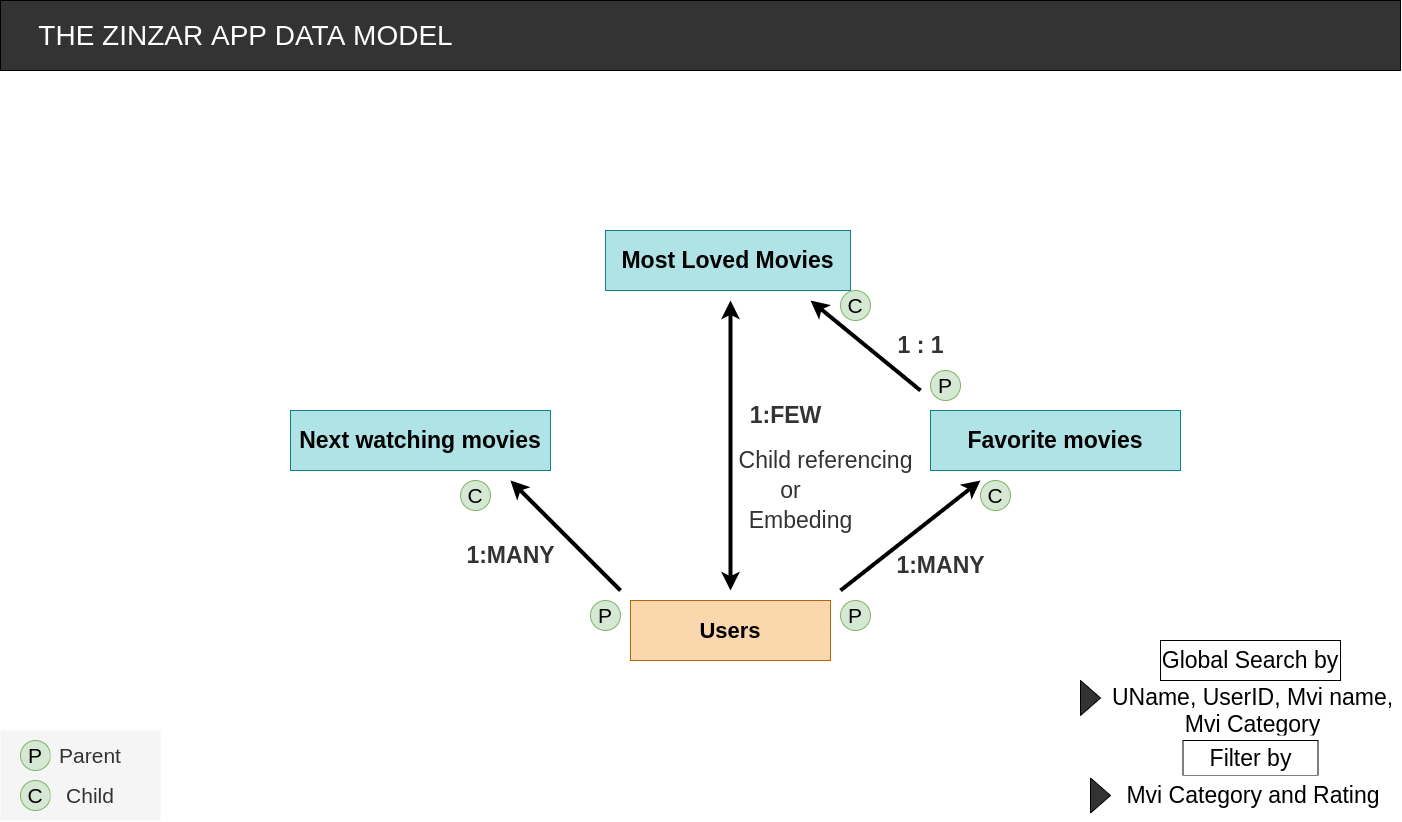
Above: DBmodel&Architecture/ZinzarDataMode.png in sajjad960/TypeScript_And_MySQL_Practise (draw.io), before the change. Source tidied: cells renumbered, new cells last; positions are measured from the earlier drawing's top-left corner, leaving out a move shared by most shapes. Source of this version:
```xml
<mxGraphModel>
  <root>
    <mxCell id="0" />
    <mxCell id="1" parent="0" />
    <mxCell id="2" style="rounded=0;whiteSpace=wrap;html=1;fillColor=#333333;fontFamily=Helvetica;fontStyle=0;" parent="1" vertex="1">
      <mxGeometry width="1400" height="70" as="geometry" />
    </mxCell>
    <mxCell id="3" value="THE ZINZAR APP DATA MODEL" style="text;html=1;align=center;verticalAlign=middle;strokeColor=none;fillColor=none;fontFamily=Helvetica;fontSize=28;fontColor=#FFFFFF;" parent="1" vertex="1">
      <mxGeometry x="30" y="15" width="430" height="40" as="geometry" />
    </mxCell>
    <mxCell id="4" style="rounded=0;whiteSpace=wrap;html=1;fontFamily=Helvetica;fontSize=15;fontColor=#333333;fillColor=#f5f5f5;strokeColor=none;" parent="1" vertex="1">
      <mxGeometry y="730" width="160" height="90" as="geometry" />
    </mxCell>
    <mxCell id="5" value="P" style="ellipse;whiteSpace=wrap;html=1;fontFamily=Helvetica;fontSize=21;fillColor=#d5e8d4;strokeColor=#82b366;" parent="1" vertex="1">
      <mxGeometry x="20" y="740" width="30" height="30" as="geometry" />
    </mxCell>
    <mxCell id="6" value="Parent" style="rounded=0;whiteSpace=wrap;html=1;fontFamily=Helvetica;fontSize=21;fontColor=#333333;fillColor=#f5f5f5;strokeColor=none;" parent="1" vertex="1">
      <mxGeometry x="50" y="745" width="80" height="20" as="geometry" />
    </mxCell>
    <mxCell id="7" value="C" style="ellipse;whiteSpace=wrap;html=1;fontFamily=Helvetica;fontSize=21;fillColor=#d5e8d4;strokeColor=#82b366;" parent="1" vertex="1">
      <mxGeometry x="20" y="780" width="30" height="30" as="geometry" />
    </mxCell>
    <mxCell id="8" value="Child" style="rounded=0;whiteSpace=wrap;html=1;fontFamily=Helvetica;fontSize=21;fontColor=#333333;fillColor=#f5f5f5;strokeColor=none;" parent="1" vertex="1">
      <mxGeometry x="50" y="785" width="80" height="20" as="geometry" />
    </mxCell>
    <mxCell id="9" value="&lt;b&gt;&lt;font style=&quot;font-size: 22px&quot;&gt;Users&lt;/font&gt;&lt;/b&gt;" style="rounded=0;whiteSpace=wrap;html=1;fontFamily=Helvetica;fontSize=21;fillColor=#fad7ac;strokeColor=#b46504;" parent="1" vertex="1">
      <mxGeometry x="630" y="600" width="200" height="60" as="geometry" />
    </mxCell>
    <mxCell id="10" value="&lt;font style=&quot;font-size: 23px&quot;&gt;&lt;b&gt;Favorite movies&lt;/b&gt;&lt;/font&gt;" style="rounded=0;whiteSpace=wrap;html=1;fontFamily=Helvetica;fontSize=22;fillColor=#b0e3e6;strokeColor=#0e8088;" parent="1" vertex="1">
      <mxGeometry x="930" y="410" width="250" height="60" as="geometry" />
    </mxCell>
    <mxCell id="11" value="&lt;span style=&quot;font-size: 23px&quot;&gt;&lt;b&gt;Next watching movies&lt;/b&gt;&lt;/span&gt;" style="rounded=0;whiteSpace=wrap;html=1;fontFamily=Helvetica;fontSize=22;fillColor=#b0e3e6;strokeColor=#0e8088;" parent="1" vertex="1">
      <mxGeometry x="290" y="410" width="260" height="60" as="geometry" />
    </mxCell>
    <mxCell id="12" value="&lt;span style=&quot;font-size: 23px&quot;&gt;&lt;b&gt;Most Loved Movies&lt;/b&gt;&lt;/span&gt;" style="rounded=0;whiteSpace=wrap;html=1;fontFamily=Helvetica;fontSize=22;fillColor=#b0e3e6;strokeColor=#0e8088;" parent="1" vertex="1">
      <mxGeometry x="605" y="230" width="245" height="60" as="geometry" />
    </mxCell>
    <mxCell id="13" style="endArrow=classic;html=1;rounded=1;fontFamily=Helvetica;fontSize=23;fontColor=#FFFFFF;strokeWidth=4;fillColor=#333333;" parent="1" edge="1">
      <mxGeometry relative="1" as="geometry">
        <mxPoint x="840" y="590" as="sourcePoint" />
        <mxPoint x="980" y="480" as="targetPoint" />
      </mxGeometry>
    </mxCell>
    <mxCell id="14" style="endArrow=classic;html=1;rounded=1;fontFamily=Helvetica;fontSize=23;fontColor=#FFFFFF;strokeWidth=4;fillColor=#333333;" parent="1" edge="1">
      <mxGeometry relative="1" as="geometry">
        <mxPoint x="620" y="590" as="sourcePoint" />
        <mxPoint x="510" y="480" as="targetPoint" />
      </mxGeometry>
    </mxCell>
    <mxCell id="15" style="endArrow=classic;html=1;rounded=1;fontFamily=Helvetica;fontSize=23;fontColor=#FFFFFF;strokeWidth=4;fillColor=#333333;" parent="1" edge="1">
      <mxGeometry relative="1" as="geometry">
        <mxPoint x="920" y="390" as="sourcePoint" />
        <mxPoint x="810" y="300" as="targetPoint" />
      </mxGeometry>
    </mxCell>
    <mxCell id="16" value="P" style="ellipse;whiteSpace=wrap;html=1;fontFamily=Helvetica;fontSize=21;fillColor=#d5e8d4;strokeColor=#82b366;" parent="1" vertex="1">
      <mxGeometry x="840" y="600" width="30" height="30" as="geometry" />
    </mxCell>
    <mxCell id="17" value="C" style="ellipse;whiteSpace=wrap;html=1;fontFamily=Helvetica;fontSize=21;fillColor=#d5e8d4;strokeColor=#82b366;" parent="1" vertex="1">
      <mxGeometry x="980" y="480" width="30" height="30" as="geometry" />
    </mxCell>
    <mxCell id="18" value="&lt;font color=&quot;#333333&quot;&gt;&lt;b&gt;1:MANY&lt;/b&gt;&lt;/font&gt;" style="text;html=1;align=center;verticalAlign=middle;strokeColor=none;fillColor=none;fontSize=23;fontFamily=Helvetica;fontColor=#FFFFFF;" parent="1" vertex="1">
      <mxGeometry x="890" y="550" width="100" height="30" as="geometry" />
    </mxCell>
    <mxCell id="19" value="P" style="ellipse;whiteSpace=wrap;html=1;fontFamily=Helvetica;fontSize=21;fillColor=#d5e8d4;strokeColor=#82b366;" parent="1" vertex="1">
      <mxGeometry x="590" y="600" width="30" height="30" as="geometry" />
    </mxCell>
    <mxCell id="20" value="C" style="ellipse;whiteSpace=wrap;html=1;fontFamily=Helvetica;fontSize=21;fillColor=#d5e8d4;strokeColor=#82b366;" parent="1" vertex="1">
      <mxGeometry x="460" y="480" width="30" height="30" as="geometry" />
    </mxCell>
    <mxCell id="21" value="&lt;font color=&quot;#333333&quot;&gt;&lt;b&gt;1:MANY&lt;/b&gt;&lt;/font&gt;" style="text;html=1;align=center;verticalAlign=middle;strokeColor=none;fillColor=none;fontSize=23;fontFamily=Helvetica;fontColor=#FFFFFF;" parent="1" vertex="1">
      <mxGeometry x="460" y="540" width="100" height="30" as="geometry" />
    </mxCell>
    <mxCell id="22" style="endArrow=classic;startArrow=classic;html=1;rounded=1;fontFamily=Helvetica;fontSize=23;fontColor=#333333;strokeWidth=4;fillColor=#333333;" parent="1" edge="1">
      <mxGeometry relative="1" as="geometry">
        <mxPoint x="730" y="590" as="sourcePoint" />
        <mxPoint x="730" y="300" as="targetPoint" />
      </mxGeometry>
    </mxCell>
    <mxCell id="23" value="&lt;font color=&quot;#333333&quot;&gt;&lt;b&gt;1:FEW&lt;/b&gt;&lt;/font&gt;" style="text;html=1;align=center;verticalAlign=middle;strokeColor=none;fillColor=none;fontSize=23;fontFamily=Helvetica;fontColor=#FFFFFF;" parent="1" vertex="1">
      <mxGeometry x="740" y="400" width="90" height="30" as="geometry" />
    </mxCell>
    <mxCell id="24" value="Child referencing" style="text;html=1;align=center;verticalAlign=middle;strokeColor=none;fillColor=none;fontSize=23;fontFamily=Helvetica;fontColor=#333333;" parent="1" vertex="1">
      <mxGeometry x="730" y="445" width="190" height="30" as="geometry" />
    </mxCell>
    <mxCell id="25" value="Embeding" style="text;html=1;align=center;verticalAlign=middle;strokeColor=none;fillColor=none;fontSize=23;fontFamily=Helvetica;fontColor=#333333;" parent="1" vertex="1">
      <mxGeometry x="740" y="505" width="120" height="30" as="geometry" />
    </mxCell>
    <mxCell id="26" value="or" style="text;html=1;align=center;verticalAlign=middle;strokeColor=none;fillColor=none;fontSize=23;fontFamily=Helvetica;fontColor=#333333;" parent="1" vertex="1">
      <mxGeometry x="770" y="475" width="40" height="30" as="geometry" />
    </mxCell>
    <mxCell id="27" value="P" style="ellipse;whiteSpace=wrap;html=1;fontFamily=Helvetica;fontSize=21;fillColor=#d5e8d4;strokeColor=#82b366;" parent="1" vertex="1">
      <mxGeometry x="930" y="370" width="30" height="30" as="geometry" />
    </mxCell>
    <mxCell id="28" value="C" style="ellipse;whiteSpace=wrap;html=1;fontFamily=Helvetica;fontSize=21;fillColor=#d5e8d4;strokeColor=#82b366;" parent="1" vertex="1">
      <mxGeometry x="840" y="290" width="30" height="30" as="geometry" />
    </mxCell>
    <mxCell id="29" value="&lt;b&gt;1 : 1&lt;/b&gt;" style="text;html=1;align=center;verticalAlign=middle;strokeColor=none;fillColor=none;fontSize=23;fontFamily=Helvetica;fontColor=#333333;" parent="1" vertex="1">
      <mxGeometry x="890" y="330" width="60" height="30" as="geometry" />
    </mxCell>
    <mxCell id="30" style="whiteSpace=wrap;html=1;fontFamily=Helvetica;fontSize=23;strokeColor=none;" parent="1" vertex="1">
      <mxGeometry x="1060" y="640" width="340" height="100" as="geometry" />
    </mxCell>
    <mxCell id="31" value="Global Search by" style="rounded=0;whiteSpace=wrap;html=1;fontFamily=Helvetica;fontSize=23;" parent="1" vertex="1">
      <mxGeometry x="1160" y="640" width="180" height="40" as="geometry" />
    </mxCell>
    <mxCell id="32" style="triangle;whiteSpace=wrap;html=1;fontFamily=Helvetica;fontSize=23;fontColor=#333333;fillColor=#333333;" parent="1" vertex="1">
      <mxGeometry x="1080" y="680" width="20" height="35" as="geometry" />
    </mxCell>
    <mxCell id="33" value="UName, UserID, Mvi name, Mvi Category" style="rounded=0;whiteSpace=wrap;html=1;fontFamily=Helvetica;fontSize=23;strokeColor=none;" parent="1" vertex="1">
      <mxGeometry x="1110" y="690" width="285" height="40" as="geometry" />
    </mxCell>
    <mxCell id="34" style="whiteSpace=wrap;html=1;fontFamily=Helvetica;fontSize=23;strokeColor=none;" parent="1" vertex="1">
      <mxGeometry x="1060" y="735" width="340" height="85" as="geometry" />
    </mxCell>
    <mxCell id="35" value="Filter by" style="rounded=0;whiteSpace=wrap;html=1;fontFamily=Helvetica;fontSize=23;strokeColor=default;" parent="1" vertex="1">
      <mxGeometry x="1182.5" y="740" width="135" height="35" as="geometry" />
    </mxCell>
    <mxCell id="36" style="triangle;whiteSpace=wrap;html=1;fontFamily=Helvetica;fontSize=23;fontColor=#333333;fillColor=#333333;" parent="1" vertex="1">
      <mxGeometry x="1090" y="777.5" width="20" height="35" as="geometry" />
    </mxCell>
    <mxCell id="37" value="Mvi Category and Rating" style="rounded=0;whiteSpace=wrap;html=1;fontFamily=Helvetica;fontSize=23;strokeColor=none;" parent="1" vertex="1">
      <mxGeometry x="1123.8" y="775" width="257.5" height="40" as="geometry" />
    </mxCell>
  </root>
</mxGraphModel>
```
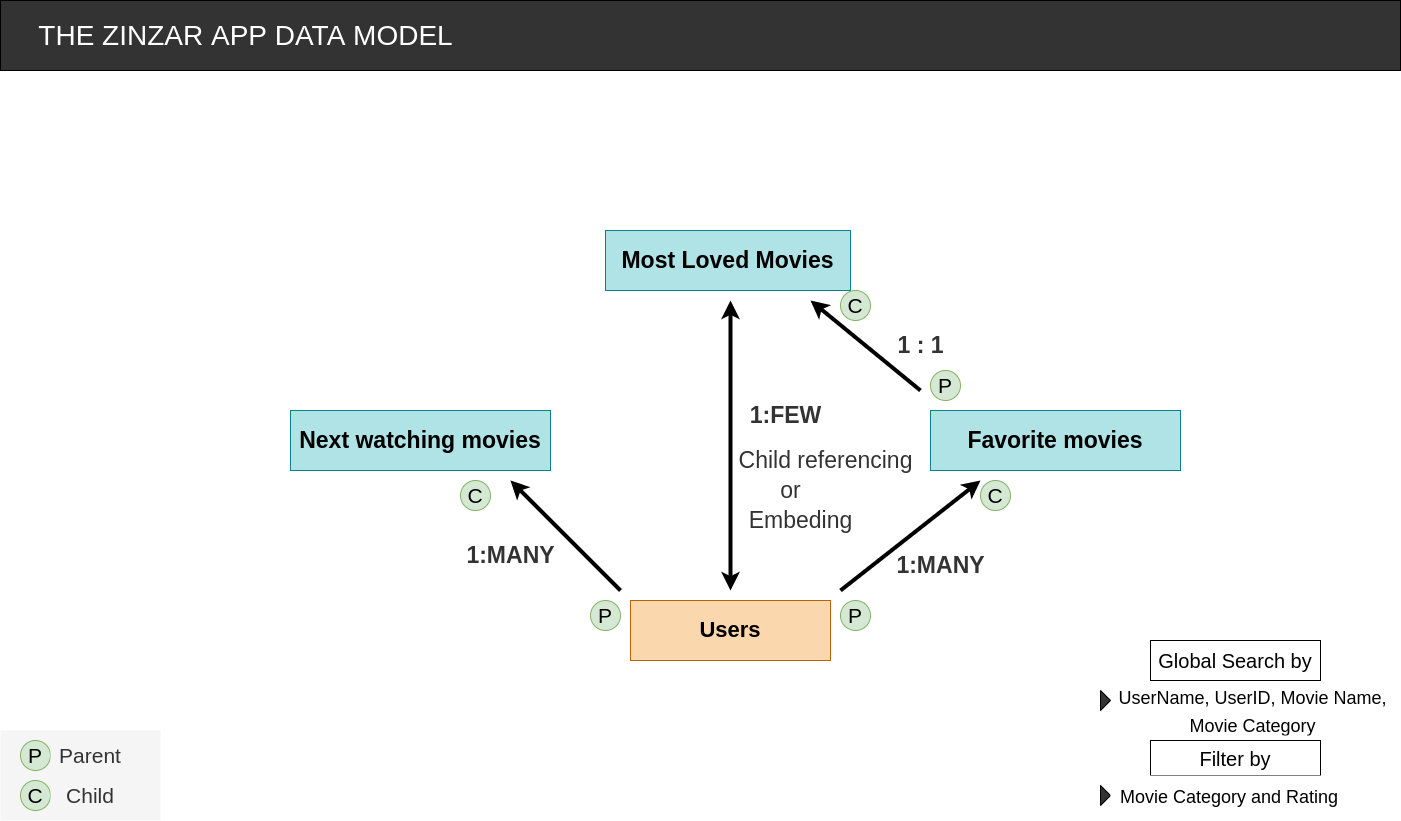
Above is the later version.

Commit message:
refactor zinzar data model

Diff of the diagram source:
```diff
@@ -101,26 +101,26 @@
     <mxCell id="30" style="whiteSpace=wrap;html=1;fontFamily=Helvetica;fontSize=23;strokeColor=none;" parent="1" vertex="1">
       <mxGeometry x="1060" y="640" width="340" height="100" as="geometry" />
     </mxCell>
-    <mxCell id="31" value="Global Search by" style="rounded=0;whiteSpace=wrap;html=1;fontFamily=Helvetica;fontSize=23;" parent="1" vertex="1">
-      <mxGeometry x="1160" y="640" width="180" height="40" as="geometry" />
+    <mxCell id="31" value="&lt;font style=&quot;font-size: 20px&quot;&gt;Global Search by&lt;/font&gt;" style="rounded=0;whiteSpace=wrap;html=1;fontFamily=Helvetica;fontSize=23;" parent="1" vertex="1">
+      <mxGeometry x="1150" y="640" width="170" height="40" as="geometry" />
     </mxCell>
-    <mxCell id="32" style="triangle;whiteSpace=wrap;html=1;fontFamily=Helvetica;fontSize=23;fontColor=#333333;fillColor=#333333;" parent="1" vertex="1">
-      <mxGeometry x="1080" y="680" width="20" height="35" as="geometry" />
-    </mxCell>
-    <mxCell id="33" value="UName, UserID, Mvi name, Mvi Category" style="rounded=0;whiteSpace=wrap;html=1;fontFamily=Helvetica;fontSize=23;strokeColor=none;" parent="1" vertex="1">
+    <mxCell id="33" value="&lt;font style=&quot;font-size: 18px&quot;&gt;UserName, UserID, Movie Name, Movie Category&lt;/font&gt;" style="rounded=0;whiteSpace=wrap;html=1;fontFamily=Helvetica;fontSize=23;strokeColor=none;" parent="1" vertex="1">
       <mxGeometry x="1110" y="690" width="285" height="40" as="geometry" />
     </mxCell>
     <mxCell id="34" style="whiteSpace=wrap;html=1;fontFamily=Helvetica;fontSize=23;strokeColor=none;" parent="1" vertex="1">
       <mxGeometry x="1060" y="735" width="340" height="85" as="geometry" />
     </mxCell>
-    <mxCell id="35" value="Filter by" style="rounded=0;whiteSpace=wrap;html=1;fontFamily=Helvetica;fontSize=23;strokeColor=default;" parent="1" vertex="1">
-      <mxGeometry x="1182.5" y="740" width="135" height="35" as="geometry" />
+    <mxCell id="35" value="&lt;font style=&quot;font-size: 20px&quot;&gt;Filter by&lt;/font&gt;" style="rounded=0;whiteSpace=wrap;html=1;fontFamily=Helvetica;fontSize=23;strokeColor=default;" parent="1" vertex="1">
+      <mxGeometry x="1150" y="740" width="170" height="35" as="geometry" />
     </mxCell>
     <mxCell id="36" style="triangle;whiteSpace=wrap;html=1;fontFamily=Helvetica;fontSize=23;fontColor=#333333;fillColor=#333333;" parent="1" vertex="1">
-      <mxGeometry x="1090" y="777.5" width="20" height="35" as="geometry" />
+      <mxGeometry x="1100" y="785" width="10" height="20" as="geometry" />
     </mxCell>
-    <mxCell id="37" value="Mvi Category and Rating" style="rounded=0;whiteSpace=wrap;html=1;fontFamily=Helvetica;fontSize=23;strokeColor=none;" parent="1" vertex="1">
-      <mxGeometry x="1123.8" y="775" width="257.5" height="40" as="geometry" />
+    <mxCell id="37" value="&lt;font style=&quot;font-size: 18px&quot;&gt;Movie Category and Rating&lt;/font&gt;" style="rounded=0;whiteSpace=wrap;html=1;fontFamily=Helvetica;fontSize=23;strokeColor=none;" parent="1" vertex="1">
+      <mxGeometry x="1110" y="775" width="237.5" height="40" as="geometry" />
     </mxCell>
+    <mxCell id="38" style="triangle;whiteSpace=wrap;html=1;fontFamily=Helvetica;fontSize=23;fontColor=#333333;fillColor=#333333;" parent="1" vertex="1">
+      <mxGeometry x="1100" y="690" width="10" height="20" as="geometry" />
+    </mxCell>
   </root>
 </mxGraphModel>
```
